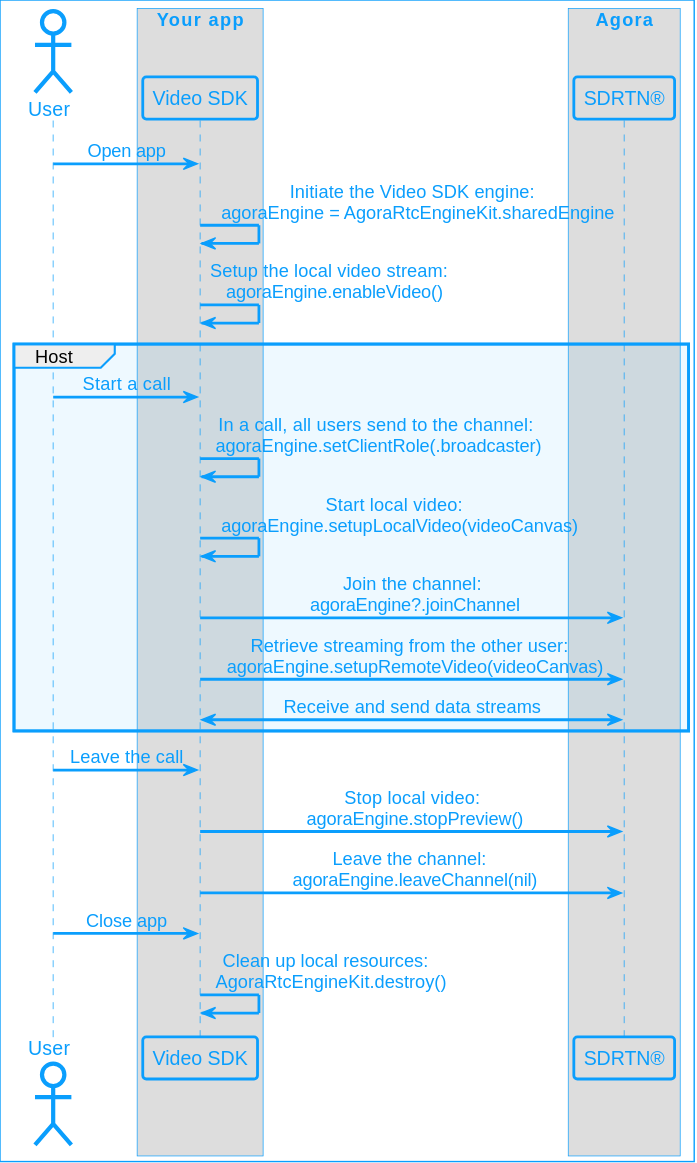
Above: assets/images/rtc-sdk/video-call-logic-ios.svg in AgoraIO/Docs-Source (PlantUML), before the change. Its diagram source:
```plantuml
@startuml
!include agora_skin.iuml

actor "User" as USR

box "Your app"

participant "Video SDK" as APP

end box

box "Agora"

participant "SDRTN®" as API

end box

USR -> APP: Open app
APP -> APP: Initiate the Video SDK engine:\n  agoraEngine = AgoraRtcEngineKit.sharedEngine
APP -> APP: Setup the local video stream:\n  agoraEngine.enableVideo()
group Host
USR -> APP: Start a call
APP -> APP: In a call, all users send to the channel:\n agoraEngine.setClientRole(.broadcaster)
APP -> APP: Start local video:\n  agoraEngine.setupLocalVideo(videoCanvas)
APP -> API: Join the channel:\n agoraEngine?.joinChannel
APP -> API: Retrieve streaming from the other user: \n agoraEngine.setupRemoteVideo(videoCanvas)
API <-> APP: Receive and send data streams
end


USR -> APP: Leave the call
APP -> API: Stop local video:\n agoraEngine.stopPreview()
APP -> API: Leave the channel: \n agoraEngine.leaveChannel(nil)

USR -> APP: Close app
APP -> APP: Clean up local resources: \n AgoraRtcEngineKit.destroy()
@enduml
```
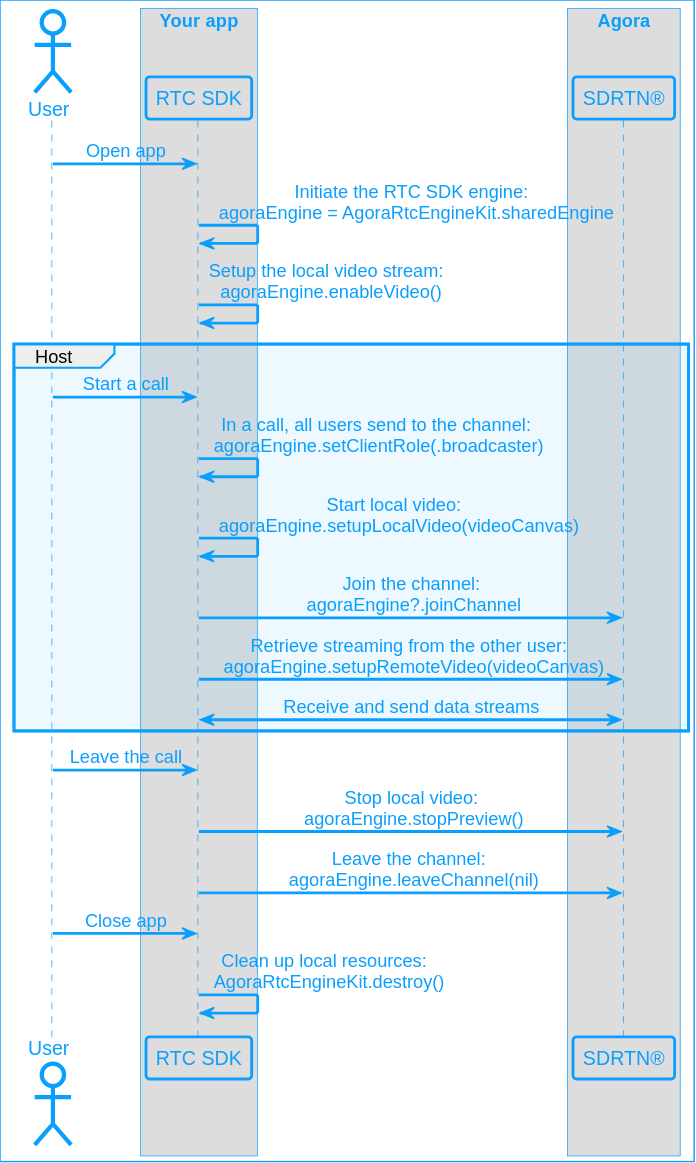
Later version of the same file.

The edit, as a diff of the source:
```diff
@@ -5,7 +5,7 @@
 
 box "Your app"
 
-participant "Video SDK" as APP
+participant "RTC SDK" as APP
 
 end box
 
@@ -16,7 +16,7 @@
 end box
 
 USR -> APP: Open app
-APP -> APP: Initiate the Video SDK engine:\n  agoraEngine = AgoraRtcEngineKit.sharedEngine
+APP -> APP: Initiate the RTC SDK engine:\n  agoraEngine = AgoraRtcEngineKit.sharedEngine
 APP -> APP: Setup the local video stream:\n  agoraEngine.enableVideo()
 group Host
 USR -> APP: Start a call
```
